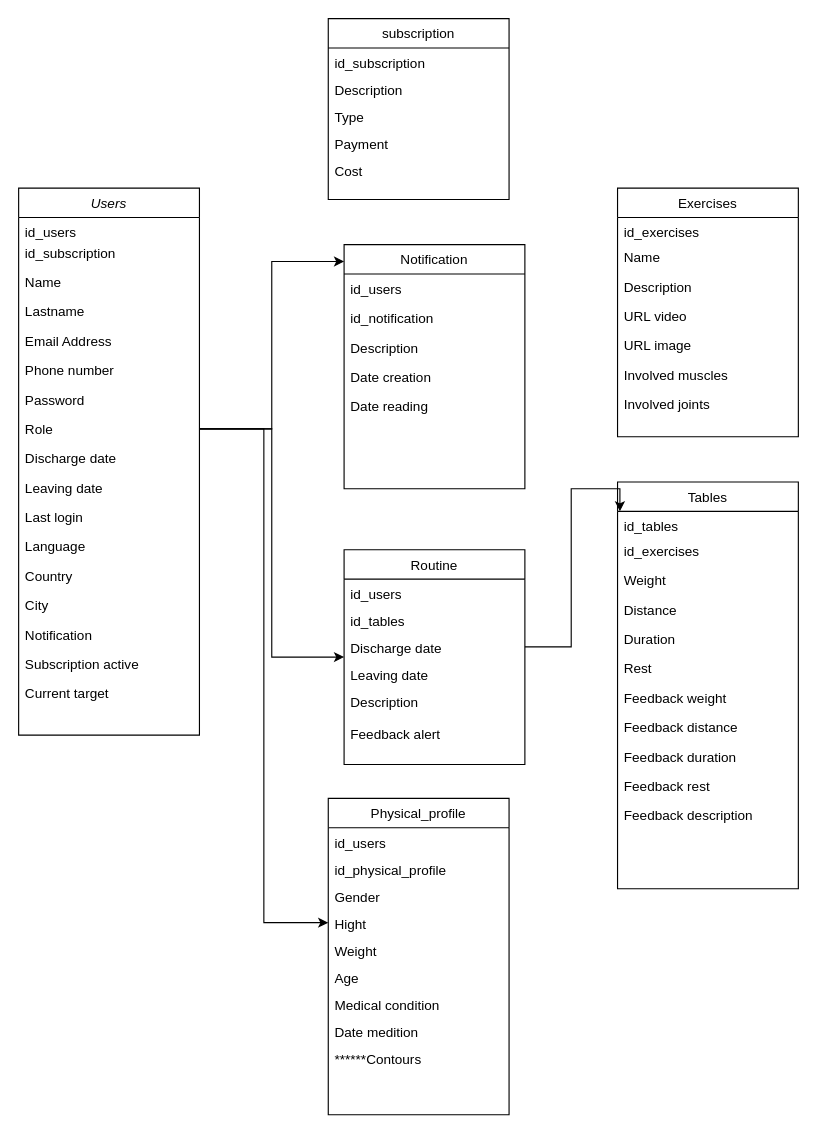
Earlier version of the draw.io diagram MarkFit-BD.drawio (xswt/MarcFitT). Source tidied: cells renumbered, new cells numbered last; positions are measured from the earlier drawing's top-left corner, leaving out a move shared by most shapes. Both pictures are drawn from the tidied source at 113%, with x=0, y=0 at pixel (18, 18).
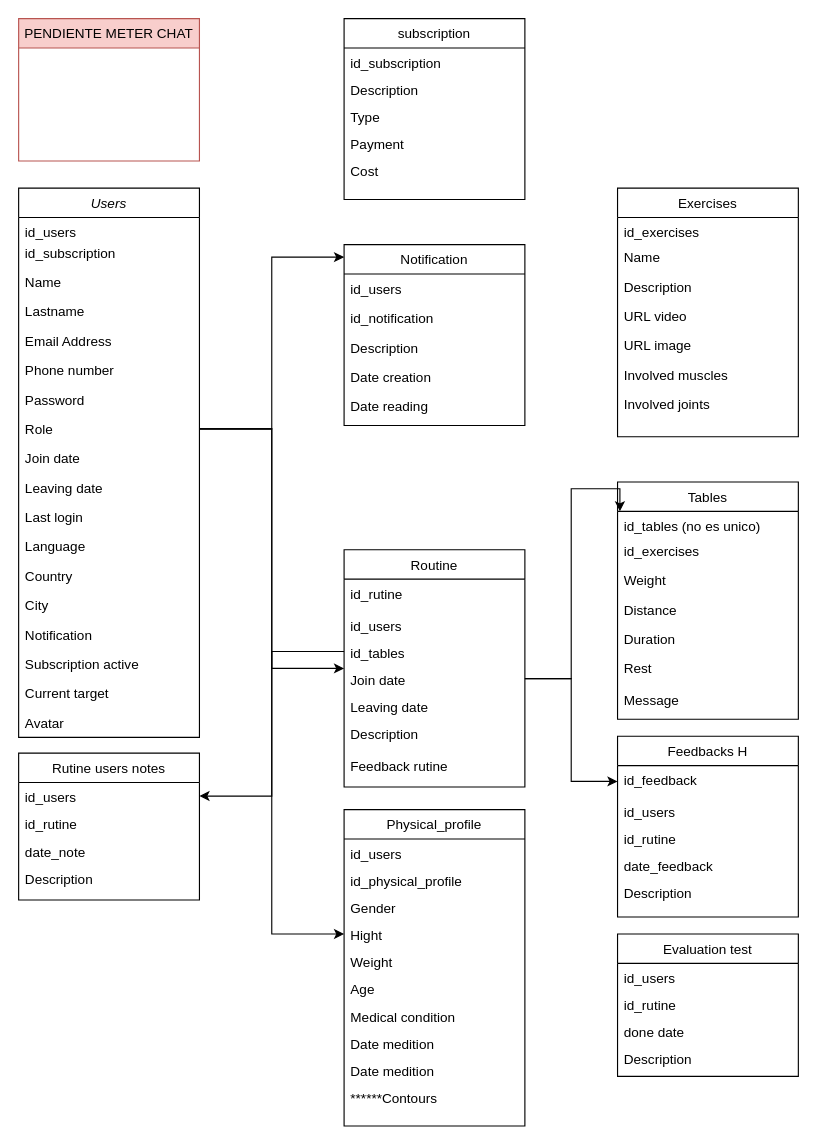
The same diagram, later.

Change to the diagram source:
```diff
@@
     <mxCell id="2" value="Users" style="swimlane;fontStyle=2;align=center;verticalAlign=top;horizontal=1;startSize=26;rounded=0;shadow=0;strokeWidth=1;" parent="1" vertex="1">
-      <mxGeometry y="150" width="160" height="484" as="geometry" />
+      <mxGeometry y="150" width="160" height="486" as="geometry" />
     </mxCell>
@@
-    <mxCell id="11" value="Discharge date" style="text;align=left;verticalAlign=top;spacingLeft=4;spacingRight=4;overflow=hidden;" parent="2" vertex="1">
+    <mxCell id="11" value="Join date" style="text;align=left;verticalAlign=top;spacingLeft=4;spacingRight=4;overflow=hidden;" parent="2" vertex="1">
       <mxGeometry y="226" width="160" height="26" as="geometry" />
     </mxCell>
@@
+    <mxCell id="73" value="Avatar" style="text;align=left;verticalAlign=top;spacingLeft=4;spacingRight=4;overflow=hidden;" parent="2" vertex="1">
+      <mxGeometry y="460" width="160" height="26" as="geometry" />
+    </mxCell>
@@
     <mxCell id="28" value="subscription" style="swimlane;fontStyle=0;align=center;verticalAlign=top;horizontal=1;startSize=26;rounded=0;shadow=0;strokeWidth=1;" parent="1" vertex="1">
-      <mxGeometry x="274" width="160" height="160" as="geometry" />
+      <mxGeometry x="288" width="160" height="160" as="geometry" />
     </mxCell>
@@
     <mxCell id="34" value="Notification" style="swimlane;fontStyle=0;align=center;verticalAlign=top;horizontal=1;startSize=26;rounded=0;shadow=0;strokeWidth=1;" parent="1" vertex="1">
-      <mxGeometry x="288" y="200" width="160" height="216" as="geometry" />
+      <mxGeometry x="288" y="200" width="160" height="160" as="geometry" />
     </mxCell>
@@
     <mxCell id="41" value="Tables" style="swimlane;fontStyle=0;align=center;verticalAlign=top;horizontal=1;startSize=26;rounded=0;shadow=0;strokeWidth=1;" parent="1" vertex="1">
-      <mxGeometry x="530" y="410" width="160" height="360" as="geometry" />
+      <mxGeometry x="530" y="410" width="160" height="210" as="geometry" />
     </mxCell>
-    <mxCell id="42" value="id_tables" style="text;align=left;verticalAlign=top;spacingLeft=4;spacingRight=4;overflow=hidden;points=[[0,0.5],[1,0.5]];portConstraint=eastwest;" parent="41" vertex="1">
+    <mxCell id="42" value="id_tables (no es unico)" style="text;align=left;verticalAlign=top;spacingLeft=4;spacingRight=4;overflow=hidden;points=[[0,0.5],[1,0.5]];portConstraint=eastwest;" parent="41" vertex="1">
       <mxGeometry y="26" width="160" height="22" as="geometry" />
     </mxCell>
@@
     <mxCell id="47" value="Rest" style="text;align=left;verticalAlign=top;spacingLeft=4;spacingRight=4;overflow=hidden;fontStyle=0;strokeColor=none;" parent="41" vertex="1">
-      <mxGeometry y="152" width="160" height="26" as="geometry" />
+      <mxGeometry y="152" width="160" height="28" as="geometry" />
     </mxCell>
-    <mxCell id="48" value="Feedback weight" style="text;align=left;verticalAlign=top;spacingLeft=4;spacingRight=4;overflow=hidden;fontStyle=0;strokeColor=none;" parent="41" vertex="1">
-      <mxGeometry y="178" width="160" height="26" as="geometry" />
-    </mxCell>
-    <mxCell id="49" value="Feedback distance" style="text;align=left;verticalAlign=top;spacingLeft=4;spacingRight=4;overflow=hidden;fontStyle=0;strokeColor=none;" parent="41" vertex="1">
-      <mxGeometry y="204" width="160" height="26" as="geometry" />
-    </mxCell>
-    <mxCell id="50" value="Feedback duration" style="text;align=left;verticalAlign=top;spacingLeft=4;spacingRight=4;overflow=hidden;fontStyle=0;strokeColor=none;" parent="41" vertex="1">
-      <mxGeometry y="230" width="160" height="26" as="geometry" />
-    </mxCell>
-    <mxCell id="51" value="Feedback rest" style="text;align=left;verticalAlign=top;spacingLeft=4;spacingRight=4;overflow=hidden;fontStyle=0;strokeColor=none;" parent="41" vertex="1">
-      <mxGeometry y="256" width="160" height="26" as="geometry" />
-    </mxCell>
-    <mxCell id="52" value="Feedback description" style="text;align=left;verticalAlign=top;spacingLeft=4;spacingRight=4;overflow=hidden;fontStyle=0;strokeColor=none;" parent="41" vertex="1">
-      <mxGeometry y="282" width="160" height="26" as="geometry" />
-    </mxCell>
+    <mxCell id="74" value="Message" style="text;align=left;verticalAlign=top;spacingLeft=4;spacingRight=4;overflow=hidden;fontStyle=0;strokeColor=none;" parent="41" vertex="1">
+      <mxGeometry y="180" width="160" height="28" as="geometry" />
+    </mxCell>
     <mxCell id="53" value="Routine" style="swimlane;fontStyle=0;align=center;verticalAlign=top;horizontal=1;startSize=26;rounded=0;shadow=0;strokeWidth=1;" parent="1" vertex="1">
-      <mxGeometry x="288" y="470" width="160" height="190" as="geometry" />
+      <mxGeometry x="288" y="470" width="160" height="210" as="geometry" />
     </mxCell>
+    <mxCell id="75" value="id_rutine" style="text;align=left;verticalAlign=top;spacingLeft=4;spacingRight=4;overflow=hidden;" parent="53" vertex="1">
+      <mxGeometry y="26" width="160" height="28" as="geometry" />
+    </mxCell>
     <mxCell id="54" value="id_users" style="text;align=left;verticalAlign=top;spacingLeft=4;spacingRight=4;overflow=hidden;" parent="53" vertex="1">
-      <mxGeometry y="26" width="160" height="24" as="geometry" />
+      <mxGeometry y="54" width="160" height="24" as="geometry" />
     </mxCell>
     <mxCell id="55" value="id_tables" style="text;align=left;verticalAlign=top;spacingLeft=4;spacingRight=4;overflow=hidden;points=[[0,0.5],[1,0.5]];portConstraint=eastwest;" parent="53" vertex="1">
-      <mxGeometry y="50" width="160" height="24" as="geometry" />
+      <mxGeometry y="78" width="160" height="24" as="geometry" />
     </mxCell>
-    <mxCell id="56" value="Discharge date" style="text;align=left;verticalAlign=top;spacingLeft=4;spacingRight=4;overflow=hidden;points=[[0,0.5],[1,0.5]];portConstraint=eastwest;" parent="53" vertex="1">
-      <mxGeometry y="74" width="160" height="24" as="geometry" />
+    <mxCell id="56" value="Join date" style="text;align=left;verticalAlign=top;spacingLeft=4;spacingRight=4;overflow=hidden;points=[[0,0.5],[1,0.5]];portConstraint=eastwest;" parent="53" vertex="1">
+      <mxGeometry y="102" width="160" height="24" as="geometry" />
     </mxCell>
     <mxCell id="57" value="Leaving date" style="text;align=left;verticalAlign=top;spacingLeft=4;spacingRight=4;overflow=hidden;" parent="53" vertex="1">
-      <mxGeometry y="98" width="160" height="24" as="geometry" />
+      <mxGeometry y="126" width="160" height="24" as="geometry" />
     </mxCell>
     <mxCell id="58" value="Description" style="text;align=left;verticalAlign=top;spacingLeft=4;spacingRight=4;overflow=hidden;" parent="53" vertex="1">
-      <mxGeometry y="122" width="160" height="28" as="geometry" />
+      <mxGeometry y="150" width="160" height="28" as="geometry" />
     </mxCell>
-    <mxCell id="59" value="Feedback alert" style="text;align=left;verticalAlign=top;spacingLeft=4;spacingRight=4;overflow=hidden;" parent="53" vertex="1">
-      <mxGeometry y="150" width="160" height="28" as="geometry" />
-    </mxCell>
+    <mxCell id="76" value="Feedback rutine" style="text;align=left;verticalAlign=top;spacingLeft=4;spacingRight=4;overflow=hidden;" parent="53" vertex="1">
+      <mxGeometry y="178" width="160" height="28" as="geometry" />
+    </mxCell>
@@
     <mxCell id="62" value="Physical_profile" style="swimlane;fontStyle=0;align=center;verticalAlign=top;horizontal=1;startSize=26;rounded=0;shadow=0;strokeWidth=1;" parent="1" vertex="1">
-      <mxGeometry x="274" y="690" width="160" height="280" as="geometry" />
+      <mxGeometry x="288" y="700" width="160" height="280" as="geometry" />
     </mxCell>
@@
+    <mxCell id="77" value="Date medition" style="text;align=left;verticalAlign=top;spacingLeft=4;spacingRight=4;overflow=hidden;" parent="62" vertex="1">
+      <mxGeometry y="218" width="160" height="24" as="geometry" />
+    </mxCell>
     <mxCell id="71" value="******Contours" style="text;align=left;verticalAlign=top;spacingLeft=4;spacingRight=4;overflow=hidden;" parent="62" vertex="1">
-      <mxGeometry y="218" width="160" height="24" as="geometry" />
+      <mxGeometry y="242" width="160" height="24" as="geometry" />
     </mxCell>
@@
+    <mxCell id="78" value="Evaluation test" style="swimlane;fontStyle=0;align=center;verticalAlign=top;horizontal=1;startSize=26;rounded=0;shadow=0;strokeWidth=1;" parent="1" vertex="1">
+      <mxGeometry x="530" y="810" width="160" height="126" as="geometry" />
+    </mxCell>
+    <mxCell id="79" value="id_users" style="text;align=left;verticalAlign=top;spacingLeft=4;spacingRight=4;overflow=hidden;" parent="78" vertex="1">
+      <mxGeometry y="26" width="160" height="24" as="geometry" />
+    </mxCell>
+    <mxCell id="80" value="id_rutine" style="text;align=left;verticalAlign=top;spacingLeft=4;spacingRight=4;overflow=hidden;" parent="78" vertex="1">
+      <mxGeometry y="50" width="160" height="24" as="geometry" />
+    </mxCell>
+    <mxCell id="81" value="done date" style="text;align=left;verticalAlign=top;spacingLeft=4;spacingRight=4;overflow=hidden;" parent="78" vertex="1">
+      <mxGeometry y="74" width="160" height="24" as="geometry" />
+    </mxCell>
+    <mxCell id="82" value="Description" style="text;align=left;verticalAlign=top;spacingLeft=4;spacingRight=4;overflow=hidden;" parent="78" vertex="1">
+      <mxGeometry y="98" width="160" height="28" as="geometry" />
+    </mxCell>
+    <mxCell id="83" value="Feedbacks H" style="swimlane;fontStyle=0;align=center;verticalAlign=top;horizontal=1;startSize=26;rounded=0;shadow=0;strokeWidth=1;" parent="1" vertex="1">
+      <mxGeometry x="530" y="635" width="160" height="160" as="geometry" />
+    </mxCell>
+    <mxCell id="84" value="id_feedback" style="text;align=left;verticalAlign=top;spacingLeft=4;spacingRight=4;overflow=hidden;points=[[0,0.5],[1,0.5]];portConstraint=eastwest;" parent="83" vertex="1">
+      <mxGeometry y="26" width="160" height="28" as="geometry" />
+    </mxCell>
+    <mxCell id="85" value="id_users" style="text;align=left;verticalAlign=top;spacingLeft=4;spacingRight=4;overflow=hidden;" parent="83" vertex="1">
+      <mxGeometry y="54" width="160" height="24" as="geometry" />
+    </mxCell>
+    <mxCell id="86" value="id_rutine" style="text;align=left;verticalAlign=top;spacingLeft=4;spacingRight=4;overflow=hidden;" parent="83" vertex="1">
+      <mxGeometry y="78" width="160" height="24" as="geometry" />
+    </mxCell>
+    <mxCell id="87" value="date_feedback" style="text;align=left;verticalAlign=top;spacingLeft=4;spacingRight=4;overflow=hidden;" parent="83" vertex="1">
+      <mxGeometry y="102" width="160" height="24" as="geometry" />
+    </mxCell>
+    <mxCell id="88" value="Description" style="text;align=left;verticalAlign=top;spacingLeft=4;spacingRight=4;overflow=hidden;" parent="83" vertex="1">
+      <mxGeometry y="126" width="160" height="28" as="geometry" />
+    </mxCell>
+    <mxCell id="89" value="Rutine users notes" style="swimlane;fontStyle=0;align=center;verticalAlign=top;horizontal=1;startSize=26;rounded=0;shadow=0;strokeWidth=1;" parent="1" vertex="1">
+      <mxGeometry y="650" width="160" height="130" as="geometry" />
+    </mxCell>
+    <mxCell id="90" value="id_users" style="text;align=left;verticalAlign=top;spacingLeft=4;spacingRight=4;overflow=hidden;points=[[0,0.5],[1,0.5]];portConstraint=eastwest;" parent="89" vertex="1">
+      <mxGeometry y="26" width="160" height="24" as="geometry" />
+    </mxCell>
+    <mxCell id="91" value="id_rutine" style="text;align=left;verticalAlign=top;spacingLeft=4;spacingRight=4;overflow=hidden;" parent="89" vertex="1">
+      <mxGeometry y="50" width="160" height="24" as="geometry" />
+    </mxCell>
+    <mxCell id="92" value="date_note" style="text;align=left;verticalAlign=top;spacingLeft=4;spacingRight=4;overflow=hidden;" parent="89" vertex="1">
+      <mxGeometry y="74" width="160" height="24" as="geometry" />
+    </mxCell>
+    <mxCell id="93" value="Description" style="text;align=left;verticalAlign=top;spacingLeft=4;spacingRight=4;overflow=hidden;" parent="89" vertex="1">
+      <mxGeometry y="98" width="160" height="28" as="geometry" />
+    </mxCell>
+    <mxCell id="94" style="edgeStyle=orthogonalEdgeStyle;rounded=0;jettySize=auto;html=1;exitX=1;exitY=0.5;exitDx=0;exitDy=0;entryX=0;entryY=0.5;entryDx=0;entryDy=0;" parent="1" edge="1" source="56" target="84">
+      <mxGeometry relative="1" as="geometry" />
+    </mxCell>
+    <mxCell id="95" style="edgeStyle=orthogonalEdgeStyle;rounded=0;jettySize=auto;html=1;exitX=0;exitY=0.5;exitDx=0;exitDy=0;entryX=1;entryY=0.5;entryDx=0;entryDy=0;" parent="1" edge="1" source="55" target="90">
+      <mxGeometry relative="1" as="geometry" />
+    </mxCell>
+    <mxCell id="96" value="PENDIENTE METER CHAT" style="swimlane;fontStyle=0;align=center;verticalAlign=top;horizontal=1;startSize=26;rounded=0;shadow=0;strokeWidth=1;fillColor=#f8cecc;strokeColor=#b85450;" parent="1" vertex="1">
+      <mxGeometry width="160" height="126" as="geometry" />
+    </mxCell>
```
